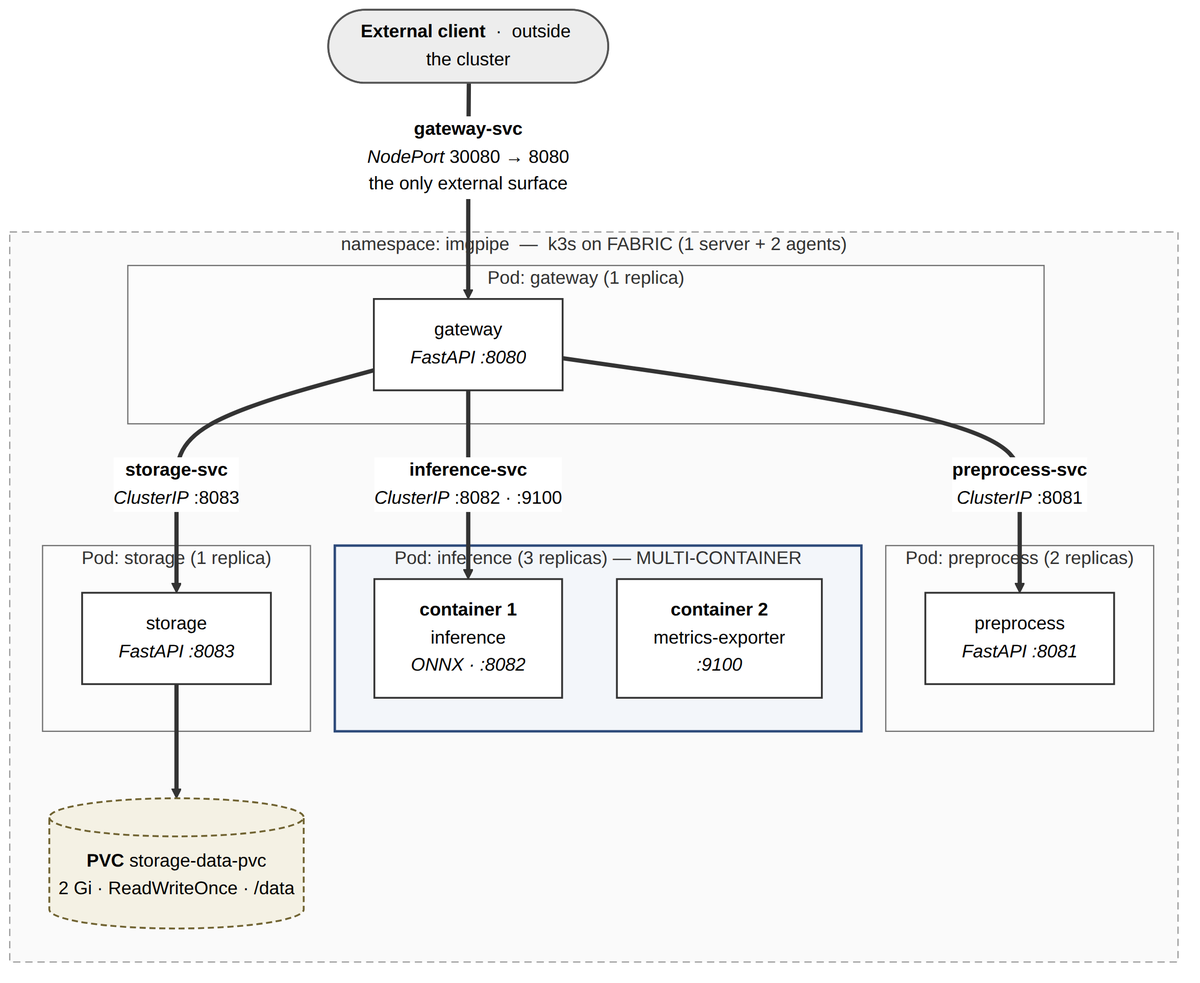
angeudybp/csc478-project keeps this Mermaid diagram as docs/diagrams/out/k8s-topology.png. Above is the earlier version. Its source is kept beside it as docs/diagrams/k8s-topology.mmd.
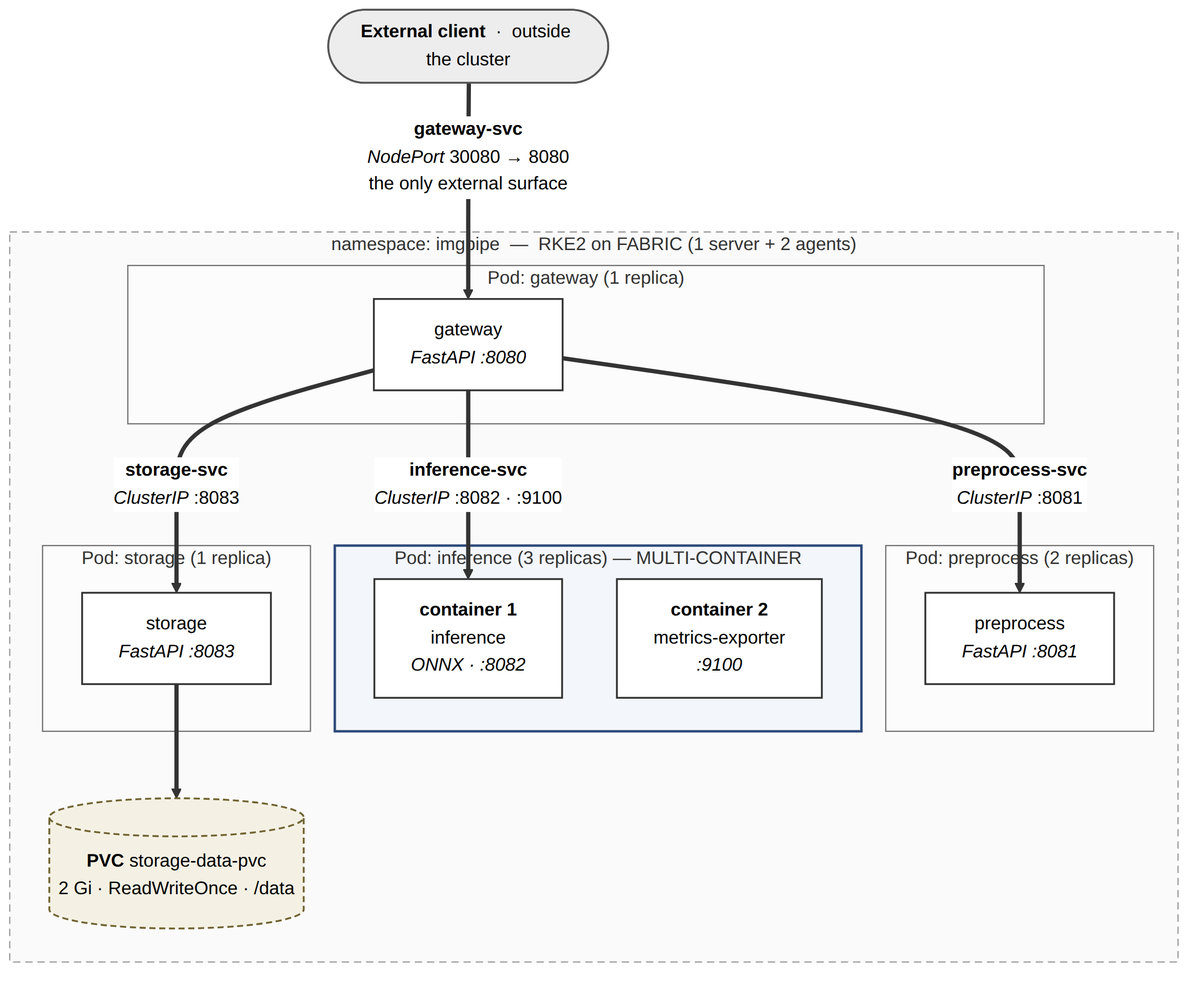
Later version of the same file.

Change to the diagram source:
```diff
@@ -1,7 +1,7 @@
 flowchart TB
     CL(["<b>External client</b> &nbsp;·&nbsp; outside the cluster"])
 
-    subgraph NS["namespace: imgpipe &nbsp;—&nbsp; k3s on FABRIC (1 server + 2 agents)"]
+    subgraph NS["namespace: imgpipe &nbsp;—&nbsp; RKE2 on FABRIC (1 server + 2 agents)"]
         direction TB
 
         subgraph PGW["Pod: gateway (1 replica)"]
```
